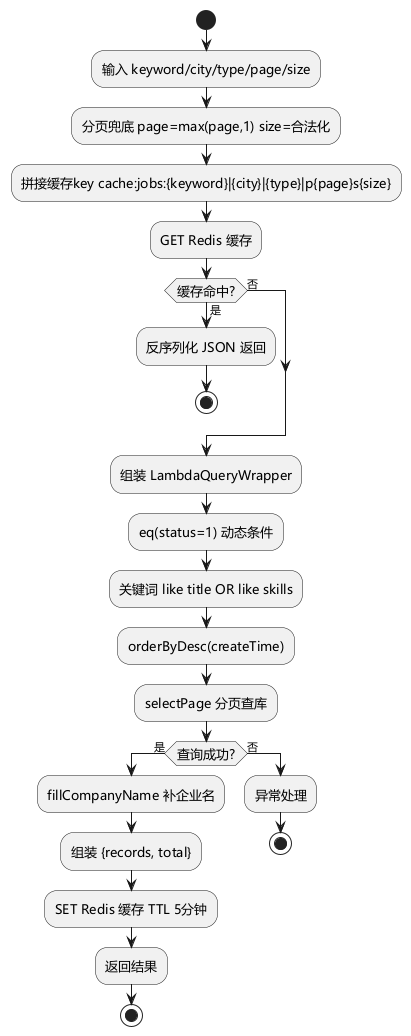
Earlier version of the PlantUML export uml/png/季磊/岗位搜索缓存核心算法流程图.png (sheep7-bot/recruit-internship-system).
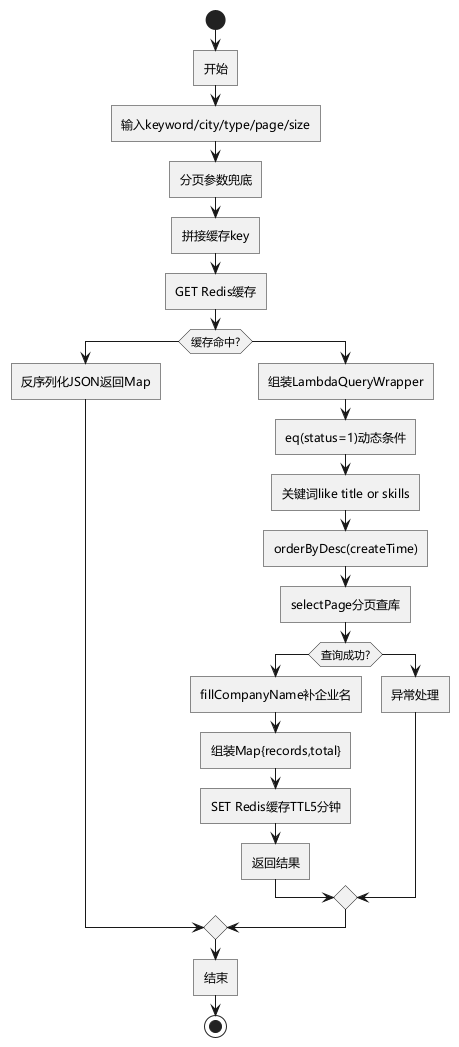
After the commit.

Change to the diagram source:
```diff
@@ -1,32 +1,30 @@
 @startuml 岗位搜索缓存核心算法流程图
 skinparam defaultFontName "Microsoft YaHei"
-skinparam activityDiamondFontSize 13
-skinparam activityFontSize 13
-skinparam defaultTextAlignment center
+skinparam roundCorner 0
 
 start
-:输入 keyword/city/type/page/size;
-:分页兜底 page=max(page,1) size=合法化;
-:拼接缓存key cache:jobs:{keyword}|{city}|{type}|p{page}s{size};
-:GET Redis 缓存;
-if (缓存命中?) then (是)
-  :反序列化 JSON 返回;
-  stop
-else (否)
+:开始;
+:输入keyword/city/type/page/size;
+:分页参数兜底;
+:拼接缓存key;
+:GET Redis缓存;
+if (缓存命中?) then
+  :反序列化JSON返回Map;
+else
+  :组装LambdaQueryWrapper;
+  :eq(status=1)动态条件;
+  :关键词like title or skills;
+  :orderByDesc(createTime);
+  :selectPage分页查库;
+  if (查询成功?) then
+    :fillCompanyName补企业名;
+    :组装Map{records,total};
+    :SET Redis缓存TTL5分钟;
+    :返回结果;
+  else
+    :异常处理;
+  endif
 endif
-:组装 LambdaQueryWrapper;
-:eq(status=1) 动态条件;
-:关键词 like title OR like skills;
-:orderByDesc(createTime);
-:selectPage 分页查库;
-if (查询成功?) then (是)
-  :fillCompanyName 补企业名;
-  :组装 {records, total};
-  :SET Redis 缓存 TTL 5分钟;
-  :返回结果;
-  stop
-else (否)
-  :异常处理;
-  stop
-endif
+:结束;
+stop
 @enduml
```
